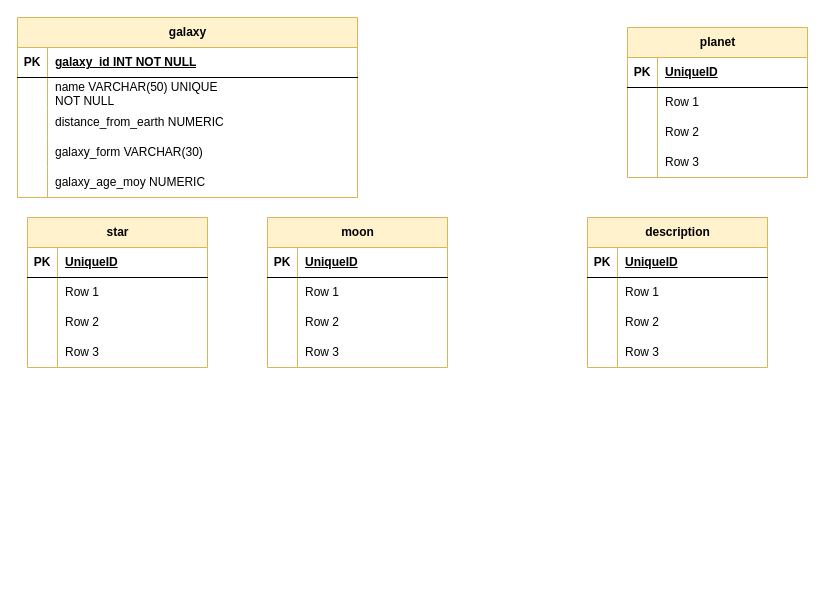
This is celestial-bodies-db/celestial-bodies.drawio from eduardoscheffer/Relational-Database, a draw.io file, before an edit. Source tidied: cells renumbered, new cells numbered last; positions are measured from the earlier drawing's top-left corner, leaving out a move shared by most shapes. Both pictures are drawn from the tidied source at 100%, with x=0, y=0 at pixel (17, 17).
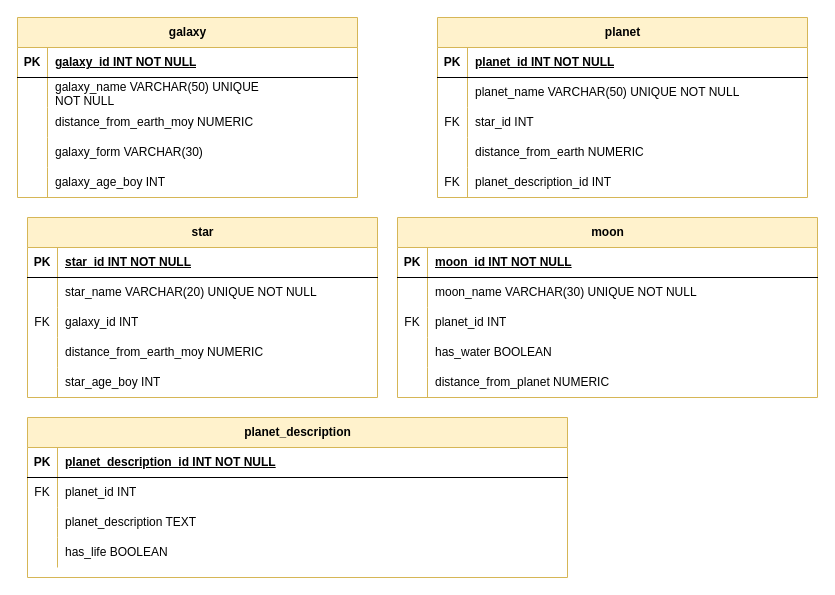
Above is the later version.

Commit message (it also covers changes not shown here):
update tasks celestial db

Unchanged cells that the change refers to:
```xml
<mxCell id="6" style="shape=tableRow;horizontal=0;startSize=0;swimlaneHead=0;swimlaneBody=0;fillColor=none;top=0;left=0;right=0;bottom=0;" parent="2" vertex="1">
  <mxGeometry y="60" width="340" height="30" as="geometry" />
</mxCell>
<mxCell id="9" style="shape=tableRow;horizontal=0;startSize=0;swimlaneHead=0;swimlaneBody=0;fillColor=none;top=0;left=0;right=0;bottom=0;" parent="2" vertex="1">
  <mxGeometry y="90" width="340" height="30" as="geometry" />
</mxCell>
<mxCell id="15" style="shape=tableRow;horizontal=0;startSize=0;swimlaneHead=0;swimlaneBody=0;fillColor=none;top=0;left=0;right=0;bottom=0;" parent="2" vertex="1">
  <mxGeometry y="150" width="340" height="30" as="geometry" />
</mxCell>
```

Change to the diagram source:
```diff
@@
-    <mxCell id="8" value="name VARCHAR(50) UNIQUE &lt;br&gt;NOT NULL" style="shape=partialRectangle;fillColor=none;top=0;left=0;bottom=0;right=0;align=left;spacingLeft=6;overflow=hidden;whiteSpace=wrap;html=1;" parent="6" vertex="1">
+    <mxCell id="8" value="galaxy_name VARCHAR(50) UNIQUE &lt;br&gt;NOT NULL" style="shape=partialRectangle;fillColor=none;top=0;left=0;bottom=0;right=0;align=left;spacingLeft=6;overflow=hidden;whiteSpace=wrap;html=1;" parent="6" vertex="1">
       <mxGeometry x="30" width="310" height="30" as="geometry" />
     </mxCell>
@@
-    <mxCell id="11" value="distance_from_earth NUMERIC" style="shape=partialRectangle;fillColor=none;top=0;left=0;bottom=0;right=0;align=left;spacingLeft=6;overflow=hidden;whiteSpace=wrap;html=1;" parent="9" vertex="1">
+    <mxCell id="11" value="distance_from_earth_moy NUMERIC" style="shape=partialRectangle;fillColor=none;top=0;left=0;bottom=0;right=0;align=left;spacingLeft=6;overflow=hidden;whiteSpace=wrap;html=1;" parent="9" vertex="1">
       <mxGeometry x="30" width="310" height="30" as="geometry" />
     </mxCell>
@@
-    <mxCell id="17" value="galaxy_age_moy NUMERIC" style="shape=partialRectangle;fillColor=none;top=0;left=0;bottom=0;right=0;align=left;spacingLeft=6;overflow=hidden;whiteSpace=wrap;html=1;" parent="15" vertex="1">
+    <mxCell id="17" value="galaxy_age_boy INT" style="shape=partialRectangle;fillColor=none;top=0;left=0;bottom=0;right=0;align=left;spacingLeft=6;overflow=hidden;whiteSpace=wrap;html=1;" parent="15" vertex="1">
       <mxGeometry x="30" width="310" height="30" as="geometry" />
     </mxCell>
     <mxCell id="18" value="star" style="shape=table;startSize=30;childLayout=tableLayout;rowLines=0;fontStyle=1;align=center;html=1;fillColor=#fff2cc;strokeColor=#d6b656;" parent="1" vertex="1">
-      <mxGeometry x="10" y="200" width="180" height="150" as="geometry" />
+      <mxGeometry x="10" y="200" width="350" height="180" as="geometry" />
     </mxCell>
     <mxCell id="19" style="shape=tableRow;horizontal=0;startSize=0;swimlaneHead=0;swimlaneBody=0;fillColor=none;top=0;left=0;right=0;bottom=1;" parent="18" vertex="1">
-      <mxGeometry y="30" width="180" height="30" as="geometry" />
+      <mxGeometry y="30" width="350" height="30" as="geometry" />
     </mxCell>
@@
-    <mxCell id="21" value="UniqueID" style="shape=partialRectangle;fillColor=none;top=0;left=0;bottom=0;right=0;align=left;spacingLeft=6;fontStyle=5;overflow=hidden;whiteSpace=wrap;html=1;" parent="19" vertex="1">
-      <mxGeometry x="30" width="150" height="30" as="geometry" />
+    <mxCell id="21" value="star_id INT NOT NULL" style="shape=partialRectangle;fillColor=none;top=0;left=0;bottom=0;right=0;align=left;spacingLeft=6;fontStyle=5;overflow=hidden;whiteSpace=wrap;html=1;" parent="19" vertex="1">
+      <mxGeometry x="30" width="320" height="30" as="geometry" />
     </mxCell>
     <mxCell id="22" style="shape=tableRow;horizontal=0;startSize=0;swimlaneHead=0;swimlaneBody=0;fillColor=none;top=0;left=0;right=0;bottom=0;" parent="18" vertex="1">
-      <mxGeometry y="60" width="180" height="30" as="geometry" />
+      <mxGeometry y="60" width="350" height="30" as="geometry" />
     </mxCell>
@@
-    <mxCell id="24" value="Row 1" style="shape=partialRectangle;fillColor=none;top=0;left=0;bottom=0;right=0;align=left;spacingLeft=6;overflow=hidden;whiteSpace=wrap;html=1;" parent="22" vertex="1">
-      <mxGeometry x="30" width="150" height="30" as="geometry" />
+    <mxCell id="24" value="star_name VARCHAR(20) UNIQUE NOT NULL" style="shape=partialRectangle;fillColor=none;top=0;left=0;bottom=0;right=0;align=left;spacingLeft=6;overflow=hidden;whiteSpace=wrap;html=1;" parent="22" vertex="1">
+      <mxGeometry x="30" width="320" height="30" as="geometry" />
     </mxCell>
     <mxCell id="25" style="shape=tableRow;horizontal=0;startSize=0;swimlaneHead=0;swimlaneBody=0;fillColor=none;top=0;left=0;right=0;bottom=0;" parent="18" vertex="1">
-      <mxGeometry y="90" width="180" height="30" as="geometry" />
+      <mxGeometry y="90" width="350" height="30" as="geometry" />
     </mxCell>
-    <mxCell id="26" style="shape=partialRectangle;fillColor=none;top=0;left=0;bottom=0;right=0;overflow=hidden;whiteSpace=wrap;html=1;" parent="25" vertex="1">
+    <mxCell id="26" value="FK" style="shape=partialRectangle;fillColor=none;top=0;left=0;bottom=0;right=0;overflow=hidden;whiteSpace=wrap;html=1;" parent="25" vertex="1">
       <mxGeometry width="30" height="30" as="geometry" />
     </mxCell>
-    <mxCell id="27" value="Row 2" style="shape=partialRectangle;fillColor=none;top=0;left=0;bottom=0;right=0;align=left;spacingLeft=6;overflow=hidden;whiteSpace=wrap;html=1;" parent="25" vertex="1">
-      <mxGeometry x="30" width="150" height="30" as="geometry" />
+    <mxCell id="27" value="galaxy_id INT" style="shape=partialRectangle;fillColor=none;top=0;left=0;bottom=0;right=0;align=left;spacingLeft=6;overflow=hidden;whiteSpace=wrap;html=1;" parent="25" vertex="1">
+      <mxGeometry x="30" width="320" height="30" as="geometry" />
     </mxCell>
+    <mxCell id="70" style="shape=tableRow;horizontal=0;startSize=0;swimlaneHead=0;swimlaneBody=0;fillColor=none;top=0;left=0;right=0;bottom=0;" parent="18" vertex="1">
+      <mxGeometry y="120" width="350" height="30" as="geometry" />
+    </mxCell>
+    <mxCell id="71" style="shape=partialRectangle;fillColor=none;top=0;left=0;bottom=0;right=0;overflow=hidden;whiteSpace=wrap;html=1;" parent="70" vertex="1">
+      <mxGeometry width="30" height="30" as="geometry" />
+    </mxCell>
+    <mxCell id="72" value="distance_from_earth_moy NUMERIC" style="shape=partialRectangle;fillColor=none;top=0;left=0;bottom=0;right=0;align=left;spacingLeft=6;overflow=hidden;whiteSpace=wrap;html=1;" parent="70" vertex="1">
+      <mxGeometry x="30" width="320" height="30" as="geometry" />
+    </mxCell>
     <mxCell id="28" style="shape=tableRow;horizontal=0;startSize=0;swimlaneHead=0;swimlaneBody=0;fillColor=none;top=0;left=0;right=0;bottom=0;" parent="18" vertex="1">
-      <mxGeometry y="120" width="180" height="30" as="geometry" />
+      <mxGeometry y="150" width="350" height="30" as="geometry" />
     </mxCell>
@@
-    <mxCell id="30" value="Row 3" style="shape=partialRectangle;fillColor=none;top=0;left=0;bottom=0;right=0;align=left;spacingLeft=6;overflow=hidden;whiteSpace=wrap;html=1;" parent="28" vertex="1">
-      <mxGeometry x="30" width="150" height="30" as="geometry" />
+    <mxCell id="30" value="star_age_boy INT" style="shape=partialRectangle;fillColor=none;top=0;left=0;bottom=0;right=0;align=left;spacingLeft=6;overflow=hidden;whiteSpace=wrap;html=1;" parent="28" vertex="1">
+      <mxGeometry x="30" width="320" height="30" as="geometry" />
     </mxCell>
     <mxCell id="31" value="planet" style="shape=table;startSize=30;childLayout=tableLayout;rowLines=0;fontStyle=1;align=center;html=1;fillColor=#fff2cc;strokeColor=#d6b656;" parent="1" vertex="1">
-      <mxGeometry x="610" y="10" width="180" height="150" as="geometry" />
+      <mxGeometry x="420" width="370" height="180" as="geometry" />
     </mxCell>
     <mxCell id="32" style="shape=tableRow;horizontal=0;startSize=0;swimlaneHead=0;swimlaneBody=0;fillColor=none;top=0;left=0;right=0;bottom=1;" parent="31" vertex="1">
-      <mxGeometry y="30" width="180" height="30" as="geometry" />
+      <mxGeometry y="30" width="370" height="30" as="geometry" />
     </mxCell>
@@
-    <mxCell id="34" value="UniqueID" style="shape=partialRectangle;fillColor=none;top=0;left=0;bottom=0;right=0;align=left;spacingLeft=6;fontStyle=5;overflow=hidden;whiteSpace=wrap;html=1;" parent="32" vertex="1">
-      <mxGeometry x="30" width="150" height="30" as="geometry" />
+    <mxCell id="34" value="planet_id INT NOT NULL" style="shape=partialRectangle;fillColor=none;top=0;left=0;bottom=0;right=0;align=left;spacingLeft=6;fontStyle=5;overflow=hidden;whiteSpace=wrap;html=1;" parent="32" vertex="1">
+      <mxGeometry x="30" width="340" height="30" as="geometry" />
     </mxCell>
     <mxCell id="35" style="shape=tableRow;horizontal=0;startSize=0;swimlaneHead=0;swimlaneBody=0;fillColor=none;top=0;left=0;right=0;bottom=0;" parent="31" vertex="1">
-      <mxGeometry y="60" width="180" height="30" as="geometry" />
+      <mxGeometry y="60" width="370" height="30" as="geometry" />
     </mxCell>
@@
-    <mxCell id="37" value="Row 1" style="shape=partialRectangle;fillColor=none;top=0;left=0;bottom=0;right=0;align=left;spacingLeft=6;overflow=hidden;whiteSpace=wrap;html=1;" parent="35" vertex="1">
-      <mxGeometry x="30" width="150" height="30" as="geometry" />
+    <mxCell id="37" value="planet_name VARCHAR(50) UNIQUE NOT NULL" style="shape=partialRectangle;fillColor=none;top=0;left=0;bottom=0;right=0;align=left;spacingLeft=6;overflow=hidden;whiteSpace=wrap;html=1;" parent="35" vertex="1">
+      <mxGeometry x="30" width="340" height="30" as="geometry" />
     </mxCell>
     <mxCell id="38" style="shape=tableRow;horizontal=0;startSize=0;swimlaneHead=0;swimlaneBody=0;fillColor=none;top=0;left=0;right=0;bottom=0;" parent="31" vertex="1">
-      <mxGeometry y="90" width="180" height="30" as="geometry" />
+      <mxGeometry y="90" width="370" height="30" as="geometry" />
     </mxCell>
-    <mxCell id="39" style="shape=partialRectangle;fillColor=none;top=0;left=0;bottom=0;right=0;overflow=hidden;whiteSpace=wrap;html=1;" parent="38" vertex="1">
+    <mxCell id="39" value="FK" style="shape=partialRectangle;fillColor=none;top=0;left=0;bottom=0;right=0;overflow=hidden;whiteSpace=wrap;html=1;" parent="38" vertex="1">
       <mxGeometry width="30" height="30" as="geometry" />
     </mxCell>
-    <mxCell id="40" value="Row 2" style="shape=partialRectangle;fillColor=none;top=0;left=0;bottom=0;right=0;align=left;spacingLeft=6;overflow=hidden;whiteSpace=wrap;html=1;" parent="38" vertex="1">
-      <mxGeometry x="30" width="150" height="30" as="geometry" />
+    <mxCell id="40" value="star_id INT" style="shape=partialRectangle;fillColor=none;top=0;left=0;bottom=0;right=0;align=left;spacingLeft=6;overflow=hidden;whiteSpace=wrap;html=1;" parent="38" vertex="1">
+      <mxGeometry x="30" width="340" height="30" as="geometry" />
     </mxCell>
+    <mxCell id="73" style="shape=tableRow;horizontal=0;startSize=0;swimlaneHead=0;swimlaneBody=0;fillColor=none;top=0;left=0;right=0;bottom=0;" parent="31" vertex="1">
+      <mxGeometry y="120" width="370" height="30" as="geometry" />
+    </mxCell>
+    <mxCell id="74" style="shape=partialRectangle;fillColor=none;top=0;left=0;bottom=0;right=0;overflow=hidden;whiteSpace=wrap;html=1;" parent="73" vertex="1">
+      <mxGeometry width="30" height="30" as="geometry" />
+    </mxCell>
+    <mxCell id="75" value="distance_from_earth NUMERIC" style="shape=partialRectangle;fillColor=none;top=0;left=0;bottom=0;right=0;align=left;spacingLeft=6;overflow=hidden;whiteSpace=wrap;html=1;" parent="73" vertex="1">
+      <mxGeometry x="30" width="340" height="30" as="geometry" />
+    </mxCell>
     <mxCell id="41" style="shape=tableRow;horizontal=0;startSize=0;swimlaneHead=0;swimlaneBody=0;fillColor=none;top=0;left=0;right=0;bottom=0;" parent="31" vertex="1">
-      <mxGeometry y="120" width="180" height="30" as="geometry" />
+      <mxGeometry y="150" width="370" height="30" as="geometry" />
     </mxCell>
-    <mxCell id="42" style="shape=partialRectangle;fillColor=none;top=0;left=0;bottom=0;right=0;overflow=hidden;whiteSpace=wrap;html=1;" parent="41" vertex="1">
+    <mxCell id="42" value="FK" style="shape=partialRectangle;fillColor=none;top=0;left=0;bottom=0;right=0;overflow=hidden;whiteSpace=wrap;html=1;" parent="41" vertex="1">
       <mxGeometry width="30" height="30" as="geometry" />
     </mxCell>
-    <mxCell id="43" value="Row 3" style="shape=partialRectangle;fillColor=none;top=0;left=0;bottom=0;right=0;align=left;spacingLeft=6;overflow=hidden;whiteSpace=wrap;html=1;" parent="41" vertex="1">
-      <mxGeometry x="30" width="150" height="30" as="geometry" />
+    <mxCell id="43" value="planet_description_id INT" style="shape=partialRectangle;fillColor=none;top=0;left=0;bottom=0;right=0;align=left;spacingLeft=6;overflow=hidden;whiteSpace=wrap;html=1;" parent="41" vertex="1">
+      <mxGeometry x="30" width="340" height="30" as="geometry" />
     </mxCell>
     <mxCell id="44" value="moon" style="shape=table;startSize=30;childLayout=tableLayout;rowLines=0;fontStyle=1;align=center;html=1;fillColor=#fff2cc;strokeColor=#d6b656;" parent="1" vertex="1">
-      <mxGeometry x="250" y="200" width="180" height="150" as="geometry" />
+      <mxGeometry x="380" y="200" width="420" height="180" as="geometry" />
     </mxCell>
     <mxCell id="45" style="shape=tableRow;horizontal=0;startSize=0;swimlaneHead=0;swimlaneBody=0;fillColor=none;top=0;left=0;right=0;bottom=1;" parent="44" vertex="1">
-      <mxGeometry y="30" width="180" height="30" as="geometry" />
+      <mxGeometry y="30" width="420" height="30" as="geometry" />
     </mxCell>
@@
-    <mxCell id="47" value="UniqueID" style="shape=partialRectangle;fillColor=none;top=0;left=0;bottom=0;right=0;align=left;spacingLeft=6;fontStyle=5;overflow=hidden;whiteSpace=wrap;html=1;" parent="45" vertex="1">
-      <mxGeometry x="30" width="150" height="30" as="geometry" />
+    <mxCell id="47" value="moon_id INT NOT NULL" style="shape=partialRectangle;fillColor=none;top=0;left=0;bottom=0;right=0;align=left;spacingLeft=6;fontStyle=5;overflow=hidden;whiteSpace=wrap;html=1;" parent="45" vertex="1">
+      <mxGeometry x="30" width="390" height="30" as="geometry" />
     </mxCell>
     <mxCell id="48" style="shape=tableRow;horizontal=0;startSize=0;swimlaneHead=0;swimlaneBody=0;fillColor=none;top=0;left=0;right=0;bottom=0;" parent="44" vertex="1">
-      <mxGeometry y="60" width="180" height="30" as="geometry" />
+      <mxGeometry y="60" width="420" height="30" as="geometry" />
     </mxCell>
@@
-    <mxCell id="50" value="Row 1" style="shape=partialRectangle;fillColor=none;top=0;left=0;bottom=0;right=0;align=left;spacingLeft=6;overflow=hidden;whiteSpace=wrap;html=1;" parent="48" vertex="1">
-      <mxGeometry x="30" width="150" height="30" as="geometry" />
+    <mxCell id="50" value="moon_name VARCHAR(30) UNIQUE NOT NULL" style="shape=partialRectangle;fillColor=none;top=0;left=0;bottom=0;right=0;align=left;spacingLeft=6;overflow=hidden;whiteSpace=wrap;html=1;" parent="48" vertex="1">
+      <mxGeometry x="30" width="390" height="30" as="geometry" />
     </mxCell>
     <mxCell id="51" style="shape=tableRow;horizontal=0;startSize=0;swimlaneHead=0;swimlaneBody=0;fillColor=none;top=0;left=0;right=0;bottom=0;" parent="44" vertex="1">
-      <mxGeometry y="90" width="180" height="30" as="geometry" />
+      <mxGeometry y="90" width="420" height="30" as="geometry" />
     </mxCell>
-    <mxCell id="52" style="shape=partialRectangle;fillColor=none;top=0;left=0;bottom=0;right=0;overflow=hidden;whiteSpace=wrap;html=1;" parent="51" vertex="1">
+    <mxCell id="52" value="FK" style="shape=partialRectangle;fillColor=none;top=0;left=0;bottom=0;right=0;overflow=hidden;whiteSpace=wrap;html=1;" parent="51" vertex="1">
       <mxGeometry width="30" height="30" as="geometry" />
     </mxCell>
-    <mxCell id="53" value="Row 2" style="shape=partialRectangle;fillColor=none;top=0;left=0;bottom=0;right=0;align=left;spacingLeft=6;overflow=hidden;whiteSpace=wrap;html=1;" parent="51" vertex="1">
-      <mxGeometry x="30" width="150" height="30" as="geometry" />
+    <mxCell id="53" value="planet_id INT" style="shape=partialRectangle;fillColor=none;top=0;left=0;bottom=0;right=0;align=left;spacingLeft=6;overflow=hidden;whiteSpace=wrap;html=1;" parent="51" vertex="1">
+      <mxGeometry x="30" width="390" height="30" as="geometry" />
     </mxCell>
+    <mxCell id="76" style="shape=tableRow;horizontal=0;startSize=0;swimlaneHead=0;swimlaneBody=0;fillColor=none;top=0;left=0;right=0;bottom=0;" parent="44" vertex="1">
+      <mxGeometry y="120" width="420" height="30" as="geometry" />
+    </mxCell>
+    <mxCell id="77" style="shape=partialRectangle;fillColor=none;top=0;left=0;bottom=0;right=0;overflow=hidden;whiteSpace=wrap;html=1;" parent="76" vertex="1">
+      <mxGeometry width="30" height="30" as="geometry" />
+    </mxCell>
+    <mxCell id="78" value="has_water BOOLEAN" style="shape=partialRectangle;fillColor=none;top=0;left=0;bottom=0;right=0;align=left;spacingLeft=6;overflow=hidden;whiteSpace=wrap;html=1;" parent="76" vertex="1">
+      <mxGeometry x="30" width="390" height="30" as="geometry" />
+    </mxCell>
     <mxCell id="54" style="shape=tableRow;horizontal=0;startSize=0;swimlaneHead=0;swimlaneBody=0;fillColor=none;top=0;left=0;right=0;bottom=0;" parent="44" vertex="1">
-      <mxGeometry y="120" width="180" height="30" as="geometry" />
+      <mxGeometry y="150" width="420" height="30" as="geometry" />
     </mxCell>
@@
-    <mxCell id="56" value="Row 3" style="shape=partialRectangle;fillColor=none;top=0;left=0;bottom=0;right=0;align=left;spacingLeft=6;overflow=hidden;whiteSpace=wrap;html=1;" parent="54" vertex="1">
-      <mxGeometry x="30" width="150" height="30" as="geometry" />
+    <mxCell id="56" value="distance_from_planet NUMERIC" style="shape=partialRectangle;fillColor=none;top=0;left=0;bottom=0;right=0;align=left;spacingLeft=6;overflow=hidden;whiteSpace=wrap;html=1;" parent="54" vertex="1">
+      <mxGeometry x="30" width="390" height="30" as="geometry" />
     </mxCell>
-    <mxCell id="57" value="description" style="shape=table;startSize=30;childLayout=tableLayout;rowLines=0;fontStyle=1;align=center;html=1;fillColor=#fff2cc;strokeColor=#d6b656;" parent="1" vertex="1">
-      <mxGeometry x="570" y="200" width="180" height="150" as="geometry" />
+    <mxCell id="57" value="planet_description" style="shape=table;startSize=30;childLayout=tableLayout;rowLines=0;fontStyle=1;align=center;html=1;fillColor=#fff2cc;strokeColor=#d6b656;" parent="1" vertex="1">
+      <mxGeometry x="10" y="400" width="540" height="160" as="geometry" />
     </mxCell>
     <mxCell id="58" style="shape=tableRow;horizontal=0;startSize=0;swimlaneHead=0;swimlaneBody=0;fillColor=none;top=0;left=0;right=0;bottom=1;" parent="57" vertex="1">
-      <mxGeometry y="30" width="180" height="30" as="geometry" />
+      <mxGeometry y="30" width="540" height="30" as="geometry" />
     </mxCell>
@@
-    <mxCell id="60" value="UniqueID" style="shape=partialRectangle;fillColor=none;top=0;left=0;bottom=0;right=0;align=left;spacingLeft=6;fontStyle=5;overflow=hidden;whiteSpace=wrap;html=1;" parent="58" vertex="1">
-      <mxGeometry x="30" width="150" height="30" as="geometry" />
+    <mxCell id="60" value="planet_description_id INT NOT NULL" style="shape=partialRectangle;fillColor=none;top=0;left=0;bottom=0;right=0;align=left;spacingLeft=6;fontStyle=5;overflow=hidden;whiteSpace=wrap;html=1;" parent="58" vertex="1">
+      <mxGeometry x="30" width="510" height="30" as="geometry" />
     </mxCell>
     <mxCell id="61" style="shape=tableRow;horizontal=0;startSize=0;swimlaneHead=0;swimlaneBody=0;fillColor=none;top=0;left=0;right=0;bottom=0;" parent="57" vertex="1">
-      <mxGeometry y="60" width="180" height="30" as="geometry" />
+      <mxGeometry y="60" width="540" height="30" as="geometry" />
     </mxCell>
-    <mxCell id="62" style="shape=partialRectangle;fillColor=none;top=0;left=0;bottom=0;right=0;overflow=hidden;whiteSpace=wrap;html=1;" parent="61" vertex="1">
+    <mxCell id="62" value="FK" style="shape=partialRectangle;fillColor=none;top=0;left=0;bottom=0;right=0;overflow=hidden;whiteSpace=wrap;html=1;" parent="61" vertex="1">
       <mxGeometry width="30" height="30" as="geometry" />
     </mxCell>
-    <mxCell id="63" value="Row 1" style="shape=partialRectangle;fillColor=none;top=0;left=0;bottom=0;right=0;align=left;spacingLeft=6;overflow=hidden;whiteSpace=wrap;html=1;" parent="61" vertex="1">
-      <mxGeometry x="30" width="150" height="30" as="geometry" />
+    <mxCell id="63" value="planet_id INT" style="shape=partialRectangle;fillColor=none;top=0;left=0;bottom=0;right=0;align=left;spacingLeft=6;overflow=hidden;whiteSpace=wrap;html=1;" parent="61" vertex="1">
+      <mxGeometry x="30" width="510" height="30" as="geometry" />
     </mxCell>
     <mxCell id="64" style="shape=tableRow;horizontal=0;startSize=0;swimlaneHead=0;swimlaneBody=0;fillColor=none;top=0;left=0;right=0;bottom=0;" parent="57" vertex="1">
-      <mxGeometry y="90" width="180" height="30" as="geometry" />
+      <mxGeometry y="90" width="540" height="30" as="geometry" />
     </mxCell>
@@
-    <mxCell id="66" value="Row 2" style="shape=partialRectangle;fillColor=none;top=0;left=0;bottom=0;right=0;align=left;spacingLeft=6;overflow=hidden;whiteSpace=wrap;html=1;" parent="64" vertex="1">
-      <mxGeometry x="30" width="150" height="30" as="geometry" />
+    <mxCell id="66" value="planet_description TEXT" style="shape=partialRectangle;fillColor=none;top=0;left=0;bottom=0;right=0;align=left;spacingLeft=6;overflow=hidden;whiteSpace=wrap;html=1;" parent="64" vertex="1">
+      <mxGeometry x="30" width="510" height="30" as="geometry" />
     </mxCell>
     <mxCell id="67" style="shape=tableRow;horizontal=0;startSize=0;swimlaneHead=0;swimlaneBody=0;fillColor=none;top=0;left=0;right=0;bottom=0;" parent="57" vertex="1">
-      <mxGeometry y="120" width="180" height="30" as="geometry" />
+      <mxGeometry y="120" width="540" height="30" as="geometry" />
     </mxCell>
@@
-    <mxCell id="69" value="Row 3" style="shape=partialRectangle;fillColor=none;top=0;left=0;bottom=0;right=0;align=left;spacingLeft=6;overflow=hidden;whiteSpace=wrap;html=1;" parent="67" vertex="1">
-      <mxGeometry x="30" width="150" height="30" as="geometry" />
+    <mxCell id="69" value="has_life BOOLEAN" style="shape=partialRectangle;fillColor=none;top=0;left=0;bottom=0;right=0;align=left;spacingLeft=6;overflow=hidden;whiteSpace=wrap;html=1;" parent="67" vertex="1">
+      <mxGeometry x="30" width="510" height="30" as="geometry" />
     </mxCell>
```
